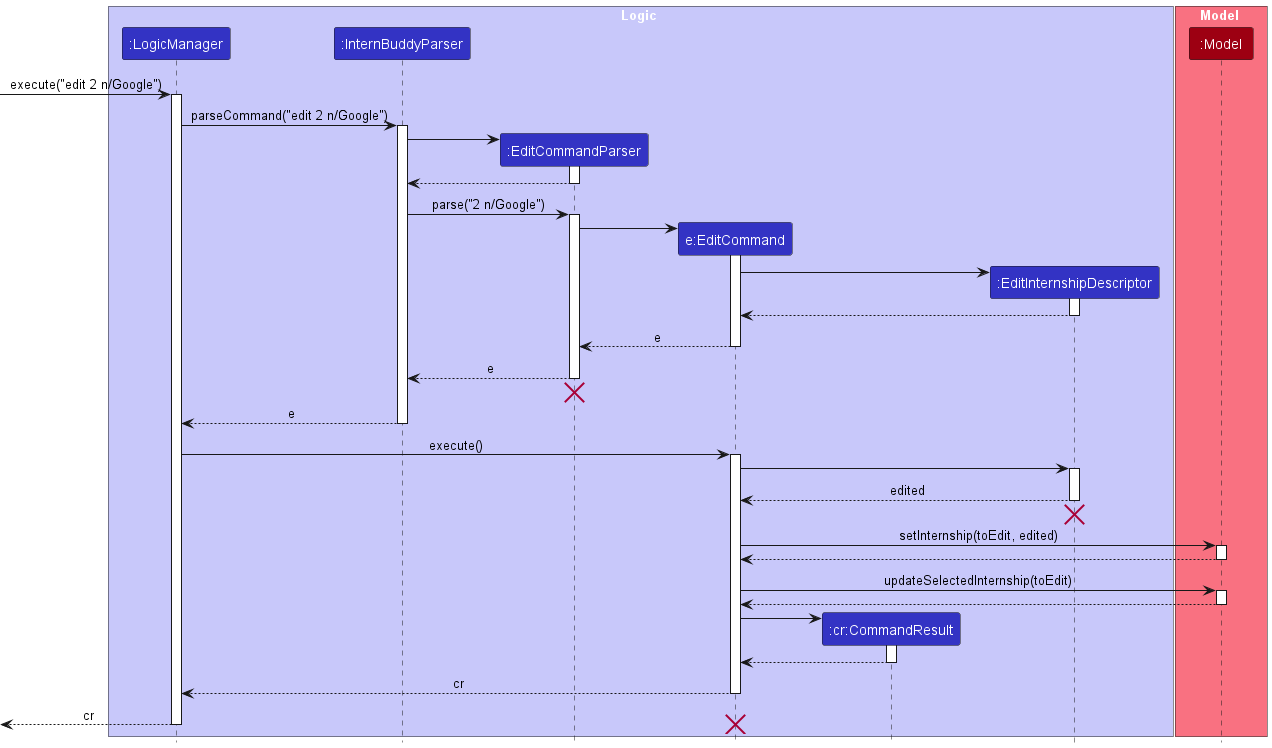
Above: docs/images/EditSequenceDiagram.png in nus-cs2103-AY2223S2/tp (PlantUML), before the change.
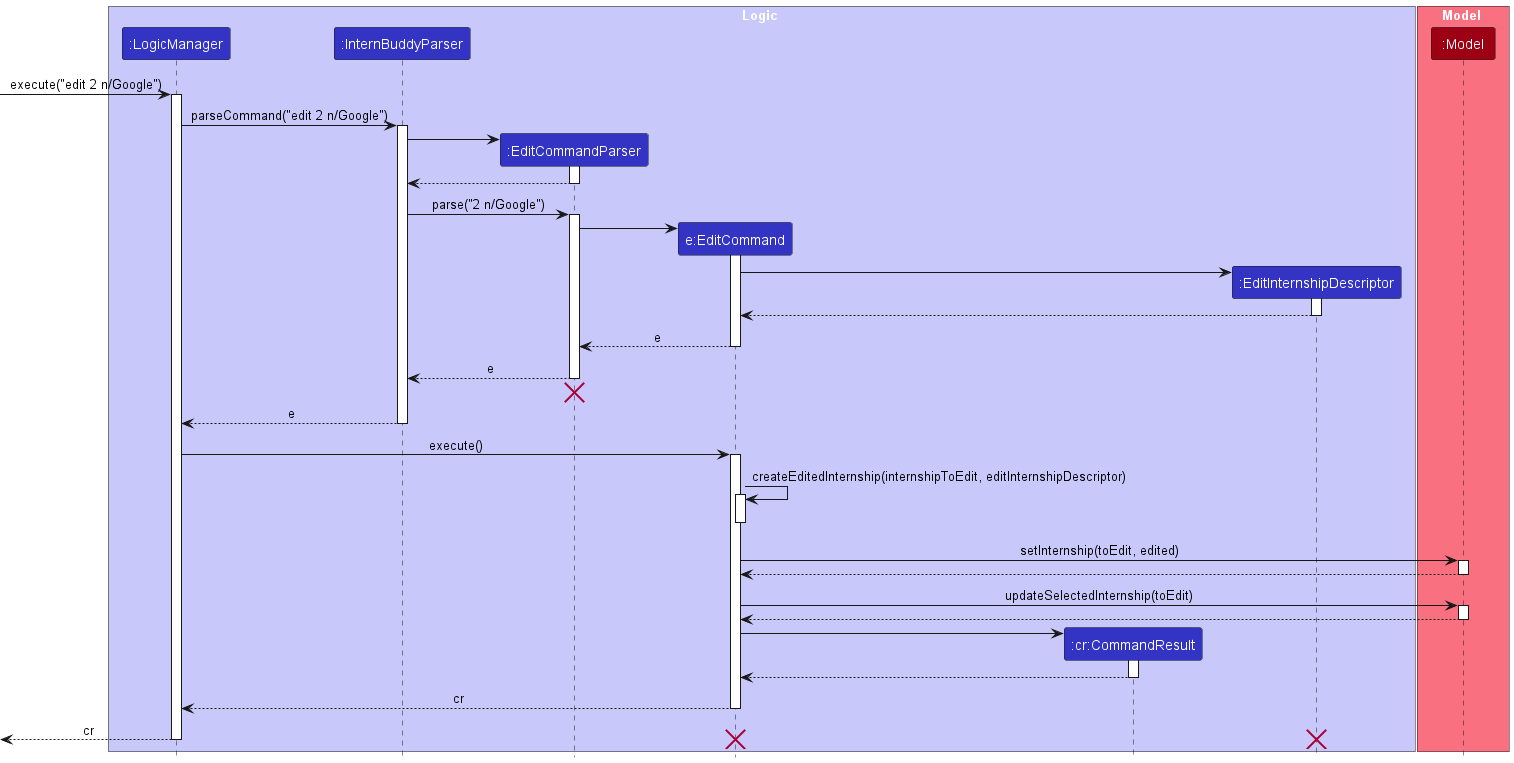
The same diagram one commit later.

Commit message:
update sequence diagram

Diff of the diagram source:
```diff
@@ -51,12 +51,9 @@
 
 LogicManager -> EditCommand : execute()
 activate EditCommand
-EditCommand -> Descriptor
-activate Descriptor
-Descriptor --> EditCommand : edited
-deactivate Descriptor
-Descriptor -[hidden]-> EditCommand
-destroy Descriptor
+EditCommand -> EditCommand : createEditedInternship(internshipToEdit, editInternshipDescriptor)
+activate EditCommand
+deactivate EditCommand
 EditCommand -> Model : setInternship(toEdit, edited)
 activate Model
 
@@ -80,5 +77,6 @@
 
 [<--LogicManager : cr
 destroy EditCommand
+destroy Descriptor
 deactivate LogicManager
 @enduml
```
